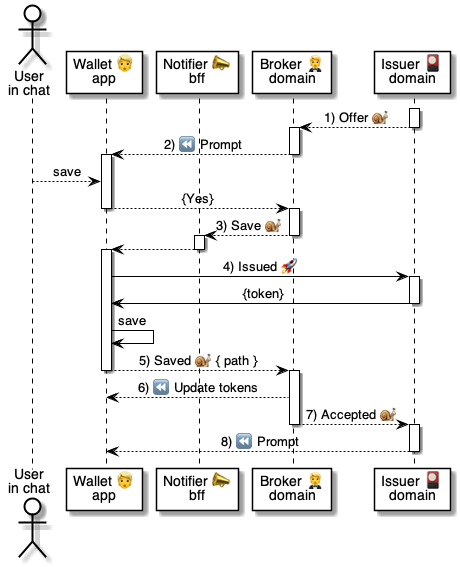
Above: 5 ⏩ Flows/60 🎴⏩ Issuers/.📎 Assets/⚙️ Offer.png in pollyweb-org/pollyweb-docs (PlantUML), before the change. Its source is kept beside it as 5 ⏩ Flows/60 🎴⏩ Issuers/.📎 Assets/⚙️ Offer.puml.
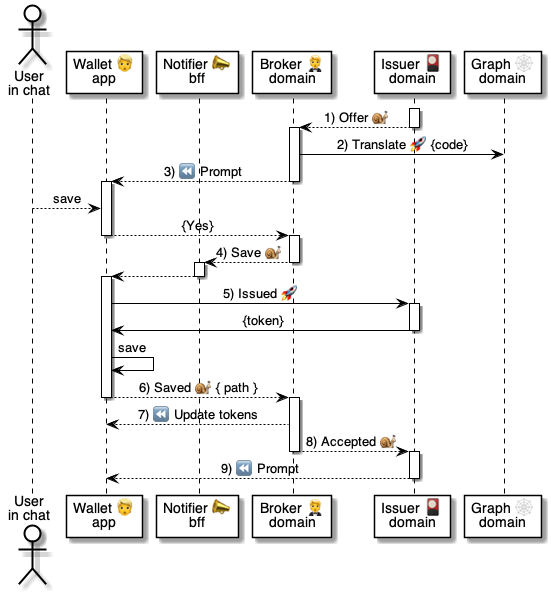
Later version of the same file.

Diff of the diagram source:
```diff
@@ -6,13 +6,15 @@
 participant "Notifier 📣\nbff" as notifier
 participant "Broker 🤵\ndomain" as broker
 participant "Issuer 🎴\ndomain" as issuer
+participant "Graph 🕸\ndomain" as graph
 
 activate issuer
     issuer --> broker: 1) Offer 🐌
 deactivate issuer
 
 activate broker
-    broker --> wallet: 2) ⏪ Prompt
+    broker -> graph : 2) Translate 🚀 {code}
+    broker --> wallet: 3) ⏪ Prompt
 deactivate broker
 
 activate wallet
@@ -21,7 +23,7 @@
 deactivate wallet
 
 activate broker
-    broker --> notifier: 3) Save 🐌
+    broker --> notifier: 4) Save 🐌
 deactivate broker
 
 activate notifier
@@ -29,22 +31,22 @@
 deactivate notifier
 
 activate wallet
-    wallet -> issuer: 4) Issued 🚀
+    wallet -> issuer: 5) Issued 🚀
     activate issuer
         issuer -> wallet: {token}
     deactivate issuer
     wallet -> wallet: save
 
-    wallet --> broker: 5) Saved 🐌 { path }
+    wallet --> broker: 6) Saved 🐌 { path }
 deactivate wallet
 
 activate broker
-    broker --> wallet: 6) ⏪ Update tokens
-    broker --> issuer: 7) Accepted 🐌
+    broker --> wallet: 7) ⏪ Update tokens
+    broker --> issuer: 8) Accepted 🐌
 deactivate broker
 
 activate issuer
-    issuer --> wallet: 8) ⏪ Prompt
+    issuer --> wallet: 9) ⏪ Prompt
 deactivate issuer
 
 
```
